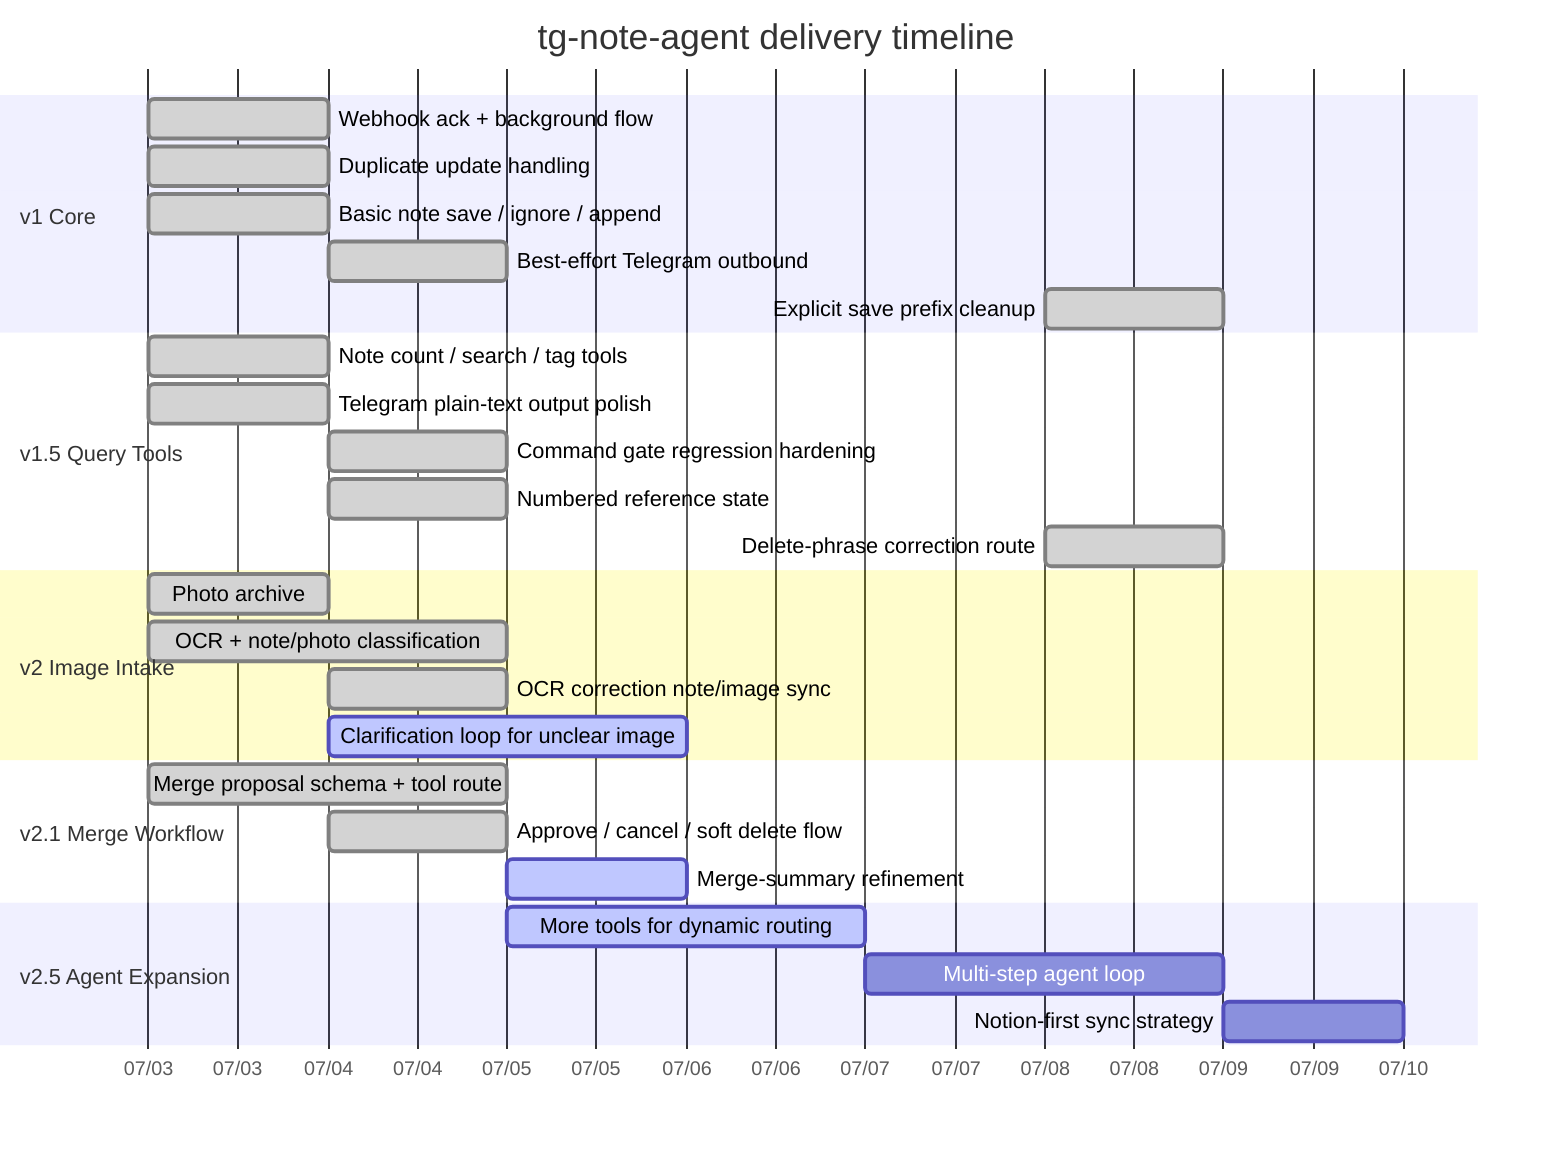
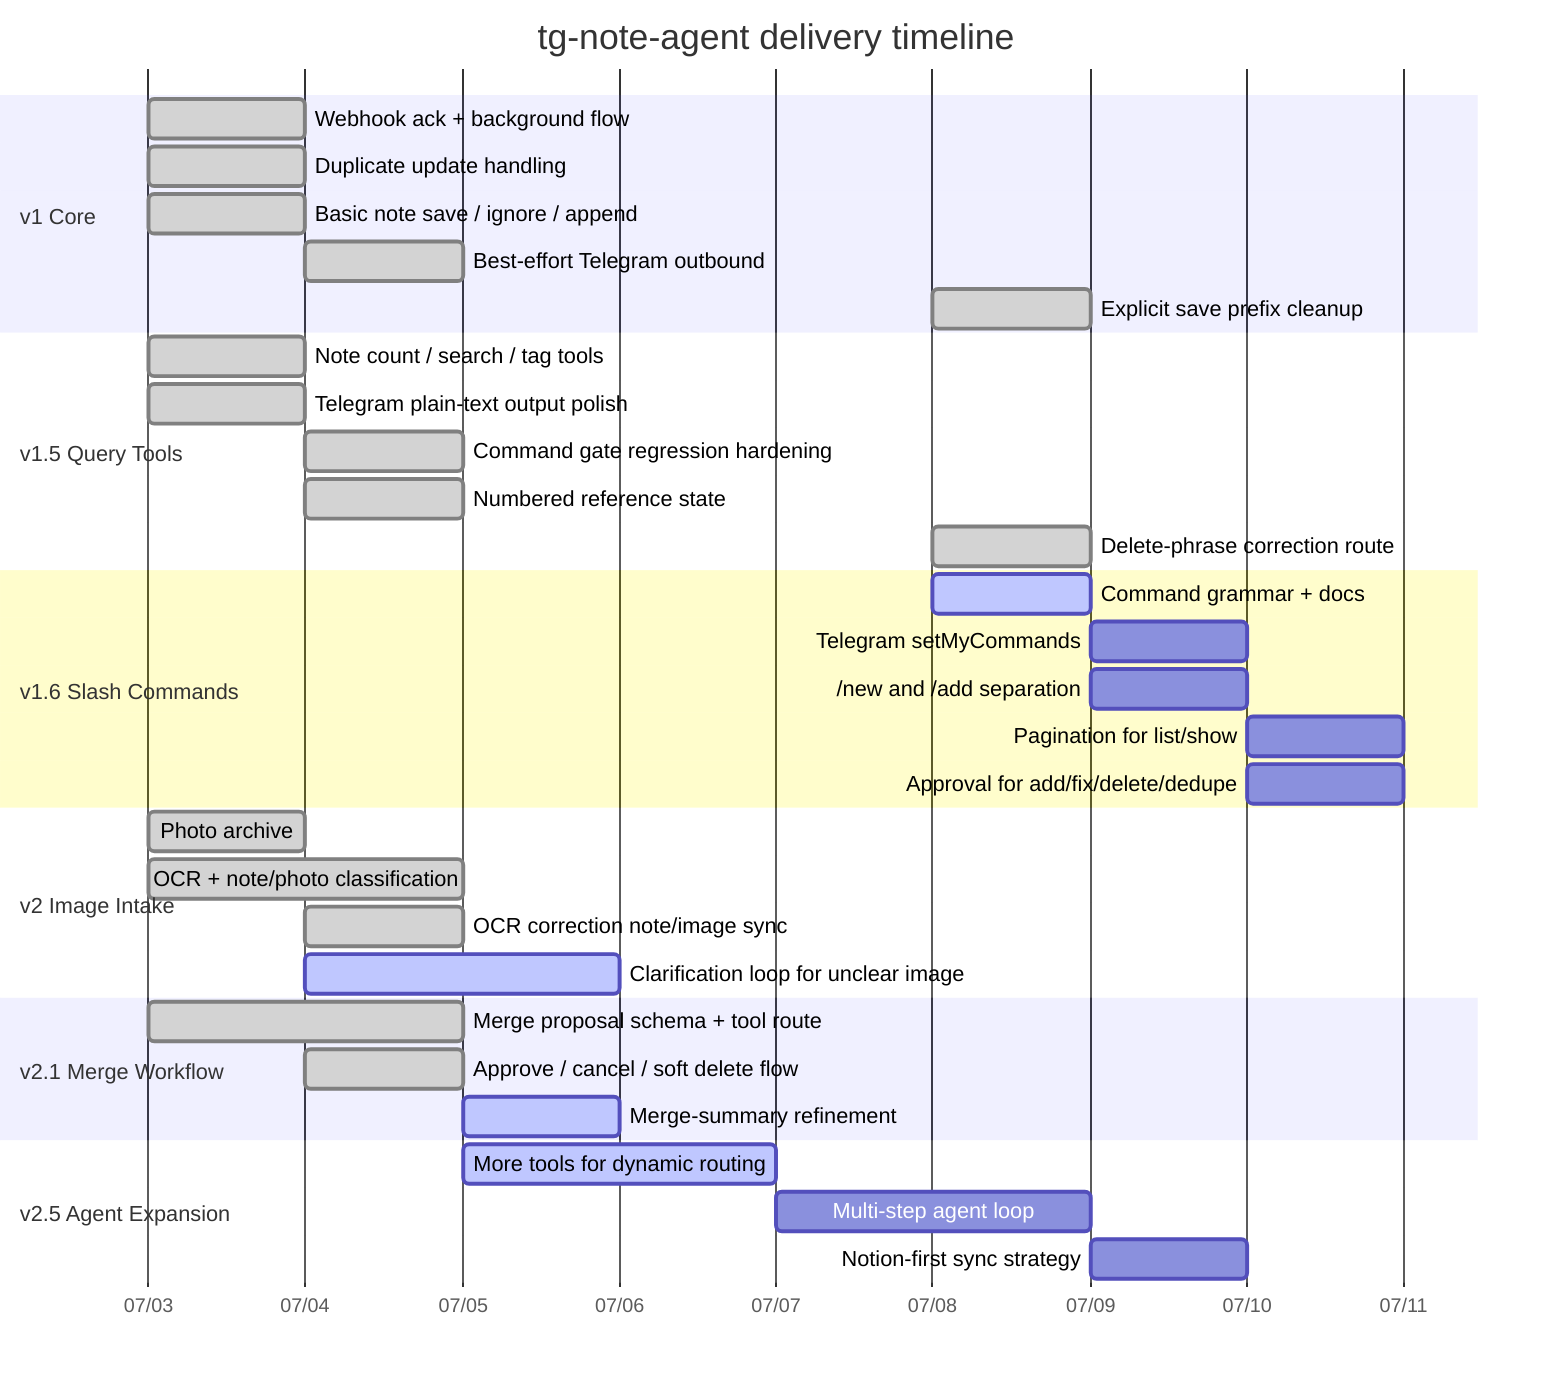
gantt
    title tg-note-agent delivery timeline
    dateFormat  YYYY-MM-DD
    axisFormat  %m/%d

    section v1 Core
    Webhook ack + background flow       :done, v1a, 2026-07-03, 1d
    Duplicate update handling           :done, v1b, 2026-07-03, 1d
    Basic note save / ignore / append   :done, v1c, 2026-07-03, 1d
    Best-effort Telegram outbound        :done, v1d, 2026-07-04, 1d
    Explicit save prefix cleanup         :done, v1e, 2026-07-08, 1d

    section v1.5 Query Tools
    Note count / search / tag tools     :done, v15a, 2026-07-03, 1d
    Telegram plain-text output polish   :done, v15b, 2026-07-03, 1d
    Command gate regression hardening    :done, v15c, 2026-07-04, 1d
    Numbered reference state             :done, v15d, 2026-07-04, 1d
    Delete-phrase correction route       :done, v15e, 2026-07-08, 1d

+     section v1.6 Slash Commands
+     Command grammar + docs               :active, v16a, 2026-07-08, 1d
+     Telegram setMyCommands               :v16b, after v16a, 1d
+     /new and /add separation             :v16c, after v16a, 1d
+     Pagination for list/show             :v16d, after v16b, 1d
+     Approval for add/fix/delete/dedupe   :v16e, after v16c, 1d
+ 
    section v2 Image Intake
    Photo archive                       :done, v2a, 2026-07-03, 1d
    OCR + note/photo classification     :done, v2b, 2026-07-03, 2d
    OCR correction note/image sync       :done, v2c, 2026-07-04, 1d
    Clarification loop for unclear image:active, v2d, 2026-07-04, 2d

    section v2.1 Merge Workflow
    Merge proposal schema + tool route  :done, v21a, 2026-07-03, 2d
    Approve / cancel / soft delete flow :done, v21b, 2026-07-04, 1d
    Merge-summary refinement            :active, v21c, 2026-07-05, 1d

    section v2.5 Agent Expansion
    More tools for dynamic routing      :active, v25a, 2026-07-05, 2d
    Multi-step agent loop               :v25b, after v25a, 2d
    Notion-first sync strategy          :v25c, after v25b, 1d
